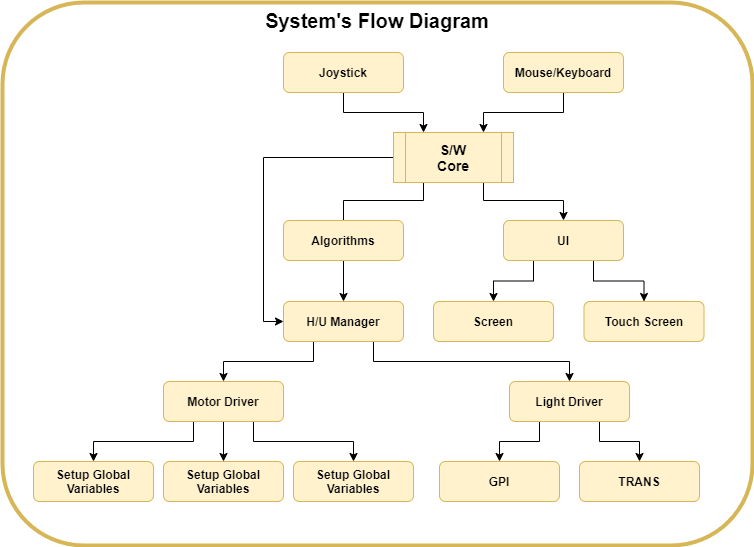
Earlier version of the draw.io export Draw/SystemFlowDiagram.png (tsakalifas79/Thesis). Source tidied: cells renumbered, new cells last; positions are measured from the earlier drawing's top-left corner, leaving out a move shared by most shapes.
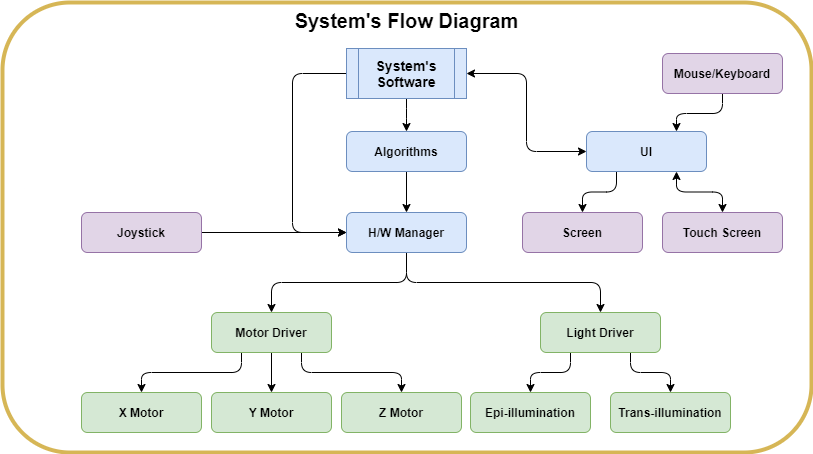
Later version of the same file.

What changed in the source:
```diff
@@ -2,108 +2,103 @@
   <root>
     <mxCell id="0" />
     <mxCell id="1" parent="0" />
+    <mxCell id="32" value="&lt;b&gt;&lt;font style=&quot;font-size: 20px&quot;&gt;System's Flow Diagram&lt;br&gt;&lt;/font&gt;&lt;/b&gt;" style="rounded=1;whiteSpace=wrap;html=1;verticalAlign=top;strokeColor=#d6b656;fillColor=none;strokeWidth=4;" parent="1" vertex="1">
+      <mxGeometry x="7" y="220" width="809" height="450" as="geometry" />
+    </mxCell>
+    <mxCell id="3" style="edgeStyle=orthogonalEdgeStyle;rounded=1;jettySize=auto;html=1;exitX=0.5;exitY=1;exitDx=0;exitDy=0;startArrow=none;startFill=0;" parent="1" edge="1" source="5" target="7">
+      <mxGeometry relative="1" as="geometry" />
+    </mxCell>
-    <mxCell id="2" style="edgeStyle=orthogonalEdgeStyle;rounded=0;jettySize=auto;html=1;exitX=0;exitY=0.5;exitDx=0;exitDy=0;entryX=0;entryY=0.5;entryDx=0;entryDy=0;" parent="1" edge="1" source="5" target="20">
-      <mxGeometry relative="1" as="geometry" />
+    <mxCell id="2" style="edgeStyle=orthogonalEdgeStyle;rounded=1;jettySize=auto;html=1;exitX=0;exitY=0.5;exitDx=0;exitDy=0;entryX=0;entryY=0.5;entryDx=0;entryDy=0;startArrow=none;startFill=0;" parent="1" edge="1" source="5" target="20">
+      <mxGeometry relative="1" as="geometry">
+        <Array as="points">
+          <mxPoint x="297" y="291" />
+          <mxPoint x="297" y="450" />
+        </Array>
+      </mxGeometry>
     </mxCell>
-    <mxCell id="3" style="edgeStyle=orthogonalEdgeStyle;rounded=0;jettySize=auto;html=1;exitX=0.25;exitY=1;exitDx=0;exitDy=0;entryX=0.5;entryY=0.275;entryDx=0;entryDy=0;entryPerimeter=0;" parent="1" edge="1" source="5" target="7">
-      <mxGeometry relative="1" as="geometry">
-        <Array as="points">
-          <mxPoint x="421" y="198" />
-          <mxPoint x="341" y="198" />
-        </Array>
-      </mxGeometry>
-    </mxCell>
-    <mxCell id="4" style="edgeStyle=orthogonalEdgeStyle;rounded=0;jettySize=auto;html=1;exitX=0.75;exitY=1;exitDx=0;exitDy=0;entryX=0.5;entryY=0;entryDx=0;entryDy=0;" parent="1" edge="1" source="5" target="10">
-      <mxGeometry relative="1" as="geometry">
-        <Array as="points">
-          <mxPoint x="481" y="198" />
-          <mxPoint x="561" y="198" />
-        </Array>
-      </mxGeometry>
-    </mxCell>
-    <mxCell id="5" value="&lt;b style=&quot;font-size: 14px&quot;&gt;S/W&lt;br&gt;Core&lt;/b&gt;" style="shape=process;whiteSpace=wrap;html=1;backgroundOutline=1;fillColor=#fff2cc;strokeColor=#d6b656;" parent="1" vertex="1">
-      <mxGeometry x="391" y="130" width="120" height="50" as="geometry" />
+    <mxCell id="5" value="&lt;span style=&quot;font-size: 14px&quot;&gt;&lt;b&gt;System's&lt;br&gt;Software&lt;br&gt;&lt;/b&gt;&lt;/span&gt;" style="shape=process;whiteSpace=wrap;html=1;backgroundOutline=1;fillColor=#dae8fc;strokeColor=#6c8ebf;" parent="1" vertex="1">
+      <mxGeometry x="351" y="266" width="120" height="50" as="geometry" />
     </mxCell>
-    <mxCell id="6" style="edgeStyle=orthogonalEdgeStyle;rounded=0;jettySize=auto;html=1;exitX=0.5;exitY=1;exitDx=0;exitDy=0;entryX=0.5;entryY=0;entryDx=0;entryDy=0;" parent="1" edge="1" source="7" target="20">
+    <mxCell id="6" style="edgeStyle=orthogonalEdgeStyle;rounded=1;jettySize=auto;html=1;exitX=0.5;exitY=1;exitDx=0;exitDy=0;entryX=0.5;entryY=0;entryDx=0;entryDy=0;startArrow=none;startFill=0;" parent="1" edge="1" source="7" target="20">
       <mxGeometry relative="1" as="geometry" />
     </mxCell>
-    <mxCell id="7" value="&lt;b&gt;&lt;span class=&quot;ILfuVd&quot;&gt;&lt;span class=&quot;hgKElc&quot;&gt;&lt;b&gt;Algorithms&lt;/b&gt;&lt;/span&gt;&lt;/span&gt;&lt;/b&gt;" style="rounded=1;whiteSpace=wrap;html=1;fontSize=12;glass=0;strokeWidth=1;shadow=0;fillColor=#fff2cc;strokeColor=#d6b656;" parent="1" vertex="1">
-      <mxGeometry x="281" y="218" width="120" height="40" as="geometry" />
+    <mxCell id="7" value="&lt;b&gt;&lt;span class=&quot;ILfuVd&quot;&gt;&lt;span class=&quot;hgKElc&quot;&gt;&lt;b&gt;Algorithms&lt;/b&gt;&lt;/span&gt;&lt;/span&gt;&lt;/b&gt;" style="rounded=1;whiteSpace=wrap;html=1;fontSize=12;glass=0;strokeWidth=1;shadow=0;fillColor=#dae8fc;strokeColor=#6c8ebf;" parent="1" vertex="1">
+      <mxGeometry x="351" y="349" width="120" height="40" as="geometry" />
     </mxCell>
-    <mxCell id="8" style="edgeStyle=orthogonalEdgeStyle;rounded=0;jettySize=auto;html=1;exitX=0.25;exitY=1;exitDx=0;exitDy=0;" parent="1" edge="1" source="10" target="31">
+    <mxCell id="8" style="edgeStyle=orthogonalEdgeStyle;rounded=1;jettySize=auto;html=1;exitX=0.25;exitY=1;exitDx=0;exitDy=0;" parent="1" edge="1" source="10" target="31">
       <mxGeometry relative="1" as="geometry" />
     </mxCell>
-    <mxCell id="9" style="edgeStyle=orthogonalEdgeStyle;rounded=0;jettySize=auto;html=1;exitX=0.75;exitY=1;exitDx=0;exitDy=0;entryX=0.5;entryY=0;entryDx=0;entryDy=0;" parent="1" edge="1" source="10" target="21">
+    <mxCell id="9" style="edgeStyle=orthogonalEdgeStyle;rounded=1;jettySize=auto;html=1;exitX=0.75;exitY=1;exitDx=0;exitDy=0;entryX=0.5;entryY=0;entryDx=0;entryDy=0;startArrow=classic;startFill=1;" parent="1" edge="1" source="10" target="21">
       <mxGeometry relative="1" as="geometry" />
     </mxCell>
+    <mxCell id="33" style="edgeStyle=orthogonalEdgeStyle;rounded=1;jettySize=auto;html=1;exitX=0;exitY=0.5;exitDx=0;exitDy=0;entryX=1;entryY=0.5;entryDx=0;entryDy=0;startArrow=classic;startFill=1;" parent="1" edge="1" source="10" target="5">
+      <mxGeometry relative="1" as="geometry" />
+    </mxCell>
-    <mxCell id="10" value="&lt;b&gt;UI&lt;/b&gt;" style="rounded=1;whiteSpace=wrap;html=1;fontSize=12;glass=0;strokeWidth=1;shadow=0;fillColor=#fff2cc;strokeColor=#d6b656;" parent="1" vertex="1">
-      <mxGeometry x="501" y="218" width="120" height="40" as="geometry" />
+    <mxCell id="10" value="&lt;b&gt;UI&lt;/b&gt;" style="rounded=1;whiteSpace=wrap;html=1;fontSize=12;glass=0;strokeWidth=1;shadow=0;fillColor=#dae8fc;strokeColor=#6c8ebf;" parent="1" vertex="1">
+      <mxGeometry x="591" y="349" width="120" height="40" as="geometry" />
     </mxCell>
-    <mxCell id="11" style="edgeStyle=orthogonalEdgeStyle;rounded=0;jettySize=auto;html=1;exitX=0.25;exitY=1;exitDx=0;exitDy=0;entryX=0.5;entryY=0;entryDx=0;entryDy=0;" parent="1" edge="1" source="14" target="22">
+    <mxCell id="11" style="edgeStyle=orthogonalEdgeStyle;rounded=1;jettySize=auto;html=1;exitX=0.25;exitY=1;exitDx=0;exitDy=0;entryX=0.5;entryY=0;entryDx=0;entryDy=0;" parent="1" edge="1" source="14" target="22">
       <mxGeometry relative="1" as="geometry" />
     </mxCell>
-    <mxCell id="12" style="edgeStyle=orthogonalEdgeStyle;rounded=0;jettySize=auto;html=1;exitX=0.75;exitY=1;exitDx=0;exitDy=0;entryX=0.5;entryY=0;entryDx=0;entryDy=0;" parent="1" edge="1" source="14" target="24">
+    <mxCell id="12" style="edgeStyle=orthogonalEdgeStyle;rounded=1;jettySize=auto;html=1;exitX=0.75;exitY=1;exitDx=0;exitDy=0;entryX=0.5;entryY=0;entryDx=0;entryDy=0;" parent="1" edge="1" source="14" target="24">
       <mxGeometry relative="1" as="geometry" />
     </mxCell>
-    <mxCell id="13" style="edgeStyle=orthogonalEdgeStyle;rounded=0;jettySize=auto;html=1;exitX=0.5;exitY=1;exitDx=0;exitDy=0;" parent="1" edge="1" source="14" target="23">
+    <mxCell id="13" style="edgeStyle=orthogonalEdgeStyle;rounded=1;jettySize=auto;html=1;exitX=0.5;exitY=1;exitDx=0;exitDy=0;" parent="1" edge="1" source="14" target="23">
       <mxGeometry relative="1" as="geometry" />
     </mxCell>
-    <mxCell id="14" value="&lt;b&gt;Motor Driver&lt;br&gt;&lt;/b&gt;" style="rounded=1;whiteSpace=wrap;html=1;fontSize=12;glass=0;strokeWidth=1;shadow=0;fillColor=#fff2cc;strokeColor=#d6b656;" parent="1" vertex="1">
-      <mxGeometry x="161" y="379" width="120" height="40" as="geometry" />
+    <mxCell id="14" value="&lt;b&gt;Motor Driver&lt;br&gt;&lt;/b&gt;" style="rounded=1;whiteSpace=wrap;html=1;fontSize=12;glass=0;strokeWidth=1;shadow=0;fillColor=#d5e8d4;strokeColor=#82b366;" parent="1" vertex="1">
+      <mxGeometry x="216" y="530" width="120" height="40" as="geometry" />
     </mxCell>
-    <mxCell id="15" style="edgeStyle=orthogonalEdgeStyle;rounded=0;jettySize=auto;html=1;exitX=0.25;exitY=1;exitDx=0;exitDy=0;" parent="1" edge="1" source="17" target="26">
+    <mxCell id="15" style="edgeStyle=orthogonalEdgeStyle;rounded=1;jettySize=auto;html=1;exitX=0.25;exitY=1;exitDx=0;exitDy=0;" parent="1" edge="1" source="17" target="26">
       <mxGeometry relative="1" as="geometry" />
     </mxCell>
-    <mxCell id="16" style="edgeStyle=orthogonalEdgeStyle;rounded=0;jettySize=auto;html=1;exitX=0.75;exitY=1;exitDx=0;exitDy=0;" parent="1" edge="1" source="17" target="25">
+    <mxCell id="16" style="edgeStyle=orthogonalEdgeStyle;rounded=1;jettySize=auto;html=1;exitX=0.75;exitY=1;exitDx=0;exitDy=0;" parent="1" edge="1" source="17" target="25">
       <mxGeometry relative="1" as="geometry" />
     </mxCell>
-    <mxCell id="17" value="&lt;b&gt;Light Driver&lt;/b&gt;" style="rounded=1;whiteSpace=wrap;html=1;fontSize=12;glass=0;strokeWidth=1;shadow=0;fillColor=#fff2cc;strokeColor=#d6b656;" parent="1" vertex="1">
-      <mxGeometry x="507" y="379" width="120" height="40" as="geometry" />
+    <mxCell id="17" value="&lt;b&gt;Light Driver&lt;/b&gt;" style="rounded=1;whiteSpace=wrap;html=1;fontSize=12;glass=0;strokeWidth=1;shadow=0;fillColor=#d5e8d4;strokeColor=#82b366;" parent="1" vertex="1">
+      <mxGeometry x="545" y="530" width="120" height="40" as="geometry" />
     </mxCell>
-    <mxCell id="18" style="edgeStyle=orthogonalEdgeStyle;rounded=0;jettySize=auto;html=1;exitX=0.25;exitY=1;exitDx=0;exitDy=0;" parent="1" edge="1" source="20" target="14">
+    <mxCell id="18" style="edgeStyle=orthogonalEdgeStyle;rounded=1;jettySize=auto;html=1;exitX=0.5;exitY=1;exitDx=0;exitDy=0;startArrow=none;startFill=0;" parent="1" edge="1" source="20" target="14">
       <mxGeometry relative="1" as="geometry" />
     </mxCell>
-    <mxCell id="19" style="edgeStyle=orthogonalEdgeStyle;rounded=0;jettySize=auto;html=1;exitX=0.75;exitY=1;exitDx=0;exitDy=0;" parent="1" edge="1" source="20" target="17">
+    <mxCell id="19" style="edgeStyle=orthogonalEdgeStyle;rounded=1;jettySize=auto;html=1;exitX=0.5;exitY=1;exitDx=0;exitDy=0;startArrow=none;startFill=0;" parent="1" edge="1" source="20" target="17">
       <mxGeometry relative="1" as="geometry" />
     </mxCell>
-    <mxCell id="20" value="&lt;b&gt;H/U Manager&lt;/b&gt;" style="rounded=1;whiteSpace=wrap;html=1;fontSize=12;glass=0;strokeWidth=1;shadow=0;fillColor=#fff2cc;strokeColor=#d6b656;" parent="1" vertex="1">
-      <mxGeometry x="281" y="299" width="120" height="40" as="geometry" />
+    <mxCell id="20" value="&lt;b&gt;H/W Manager&lt;/b&gt;" style="rounded=1;whiteSpace=wrap;html=1;fontSize=12;glass=0;strokeWidth=1;shadow=0;fillColor=#dae8fc;strokeColor=#6c8ebf;" parent="1" vertex="1">
+      <mxGeometry x="351" y="430" width="120" height="40" as="geometry" />
     </mxCell>
-    <mxCell id="21" value="&lt;b&gt;Touch Screen&lt;br&gt;&lt;/b&gt;" style="rounded=1;whiteSpace=wrap;html=1;fontSize=12;glass=0;strokeWidth=1;shadow=0;fillColor=#fff2cc;strokeColor=#d6b656;" parent="1" vertex="1">
-      <mxGeometry x="581.5" y="299" width="120" height="40" as="geometry" />
+    <mxCell id="21" value="&lt;b&gt;Touch Screen&lt;br&gt;&lt;/b&gt;" style="rounded=1;whiteSpace=wrap;html=1;fontSize=12;glass=0;strokeWidth=1;shadow=0;fillColor=#e1d5e7;strokeColor=#9673a6;" parent="1" vertex="1">
+      <mxGeometry x="667" y="430" width="120" height="40" as="geometry" />
     </mxCell>
-    <mxCell id="22" value="&lt;b&gt;Setup Global Variables&lt;/b&gt;" style="rounded=1;whiteSpace=wrap;html=1;fontSize=12;glass=0;strokeWidth=1;shadow=0;fillColor=#fff2cc;strokeColor=#d6b656;" parent="1" vertex="1">
-      <mxGeometry x="31" y="459" width="120" height="40" as="geometry" />
+    <mxCell id="22" value="&lt;b&gt;X Motor&lt;/b&gt;" style="rounded=1;whiteSpace=wrap;html=1;fontSize=12;glass=0;strokeWidth=1;shadow=0;fillColor=#d5e8d4;strokeColor=#82b366;" parent="1" vertex="1">
+      <mxGeometry x="86" y="610" width="120" height="40" as="geometry" />
     </mxCell>
-    <mxCell id="23" value="&lt;b&gt;Setup Global Variables&lt;/b&gt;" style="rounded=1;whiteSpace=wrap;html=1;fontSize=12;glass=0;strokeWidth=1;shadow=0;fillColor=#fff2cc;strokeColor=#d6b656;" parent="1" vertex="1">
-      <mxGeometry x="161" y="459" width="120" height="40" as="geometry" />
+    <mxCell id="23" value="&lt;b&gt;Y Motor&lt;/b&gt;" style="rounded=1;whiteSpace=wrap;html=1;fontSize=12;glass=0;strokeWidth=1;shadow=0;fillColor=#d5e8d4;strokeColor=#82b366;" parent="1" vertex="1">
+      <mxGeometry x="216" y="610" width="120" height="40" as="geometry" />
     </mxCell>
-    <mxCell id="24" value="&lt;b&gt;Setup Global Variables&lt;/b&gt;" style="rounded=1;whiteSpace=wrap;html=1;fontSize=12;glass=0;strokeWidth=1;shadow=0;fillColor=#fff2cc;strokeColor=#d6b656;" parent="1" vertex="1">
-      <mxGeometry x="291" y="459" width="120" height="40" as="geometry" />
+    <mxCell id="24" value="&lt;b&gt;Z Motor&lt;/b&gt;" style="rounded=1;whiteSpace=wrap;html=1;fontSize=12;glass=0;strokeWidth=1;shadow=0;fillColor=#d5e8d4;strokeColor=#82b366;" parent="1" vertex="1">
+      <mxGeometry x="346" y="610" width="120" height="40" as="geometry" />
     </mxCell>
-    <mxCell id="25" value="&lt;b&gt;TRANS&lt;/b&gt;" style="rounded=1;whiteSpace=wrap;html=1;fontSize=12;glass=0;strokeWidth=1;shadow=0;fillColor=#fff2cc;strokeColor=#d6b656;" parent="1" vertex="1">
-      <mxGeometry x="577" y="459" width="120" height="40" as="geometry" />
+    <mxCell id="25" value="&lt;b&gt;Trans-illumination&lt;/b&gt;" style="rounded=1;whiteSpace=wrap;html=1;fontSize=12;glass=0;strokeWidth=1;shadow=0;fillColor=#d5e8d4;strokeColor=#82b366;" parent="1" vertex="1">
+      <mxGeometry x="615" y="610" width="120" height="40" as="geometry" />
     </mxCell>
-    <mxCell id="26" value="&lt;b&gt;GPI&lt;/b&gt;" style="rounded=1;whiteSpace=wrap;html=1;fontSize=12;glass=0;strokeWidth=1;shadow=0;fillColor=#fff2cc;strokeColor=#d6b656;" parent="1" vertex="1">
-      <mxGeometry x="437" y="459" width="120" height="40" as="geometry" />
+    <mxCell id="26" value="&lt;b&gt;Epi-illumination&lt;/b&gt;" style="rounded=1;whiteSpace=wrap;html=1;fontSize=12;glass=0;strokeWidth=1;shadow=0;fillColor=#d5e8d4;strokeColor=#82b366;" parent="1" vertex="1">
+      <mxGeometry x="475" y="610" width="120" height="40" as="geometry" />
     </mxCell>
-    <mxCell id="27" style="edgeStyle=orthogonalEdgeStyle;rounded=0;jettySize=auto;html=1;entryX=0.25;entryY=0;entryDx=0;entryDy=0;" parent="1" edge="1" source="28" target="5">
-      <mxGeometry relative="1" as="geometry" />
-    </mxCell>
+    <mxCell id="34" style="edgeStyle=orthogonalEdgeStyle;rounded=1;jettySize=auto;html=1;exitX=1;exitY=0.5;exitDx=0;exitDy=0;entryX=0;entryY=0.5;entryDx=0;entryDy=0;startArrow=none;startFill=0;" parent="1" edge="1" source="28" target="20">
+      <mxGeometry relative="1" as="geometry" />
+    </mxCell>
-    <mxCell id="28" value="&lt;b&gt;Joystick&lt;/b&gt;" style="rounded=1;whiteSpace=wrap;html=1;fontSize=12;glass=0;strokeWidth=1;shadow=0;fillColor=#fff2cc;strokeColor=#d6b656;" parent="1" vertex="1">
-      <mxGeometry x="281" y="50" width="120" height="40" as="geometry" />
+    <mxCell id="28" value="&lt;b&gt;Joystick&lt;/b&gt;" style="rounded=1;whiteSpace=wrap;html=1;fontSize=12;glass=0;strokeWidth=1;shadow=0;fillColor=#e1d5e7;strokeColor=#9673a6;" parent="1" vertex="1">
+      <mxGeometry x="86" y="430" width="120" height="40" as="geometry" />
     </mxCell>
-    <mxCell id="29" style="edgeStyle=orthogonalEdgeStyle;rounded=0;jettySize=auto;html=1;exitX=0.5;exitY=1;exitDx=0;exitDy=0;entryX=0.75;entryY=0;entryDx=0;entryDy=0;" parent="1" edge="1" source="30" target="5">
-      <mxGeometry relative="1" as="geometry" />
-    </mxCell>
+    <mxCell id="35" style="edgeStyle=orthogonalEdgeStyle;rounded=1;jettySize=auto;html=1;exitX=0.5;exitY=1;exitDx=0;exitDy=0;entryX=0.75;entryY=0;entryDx=0;entryDy=0;startArrow=none;startFill=0;" parent="1" edge="1" source="30" target="10">
+      <mxGeometry relative="1" as="geometry" />
+    </mxCell>
-    <mxCell id="30" value="&lt;b&gt;Mouse/Keyboard&lt;/b&gt;" style="rounded=1;whiteSpace=wrap;html=1;fontSize=12;glass=0;strokeWidth=1;shadow=0;fillColor=#fff2cc;strokeColor=#d6b656;" parent="1" vertex="1">
-      <mxGeometry x="501" y="50" width="120" height="40" as="geometry" />
+    <mxCell id="30" value="&lt;b&gt;Mouse/Keyboard&lt;/b&gt;" style="rounded=1;whiteSpace=wrap;html=1;fontSize=12;glass=0;strokeWidth=1;shadow=0;fillColor=#e1d5e7;strokeColor=#9673a6;" parent="1" vertex="1">
+      <mxGeometry x="667" y="271" width="120" height="40" as="geometry" />
     </mxCell>
-    <mxCell id="31" value="&lt;b&gt;Screen&lt;/b&gt;" style="rounded=1;whiteSpace=wrap;html=1;fontSize=12;glass=0;strokeWidth=1;shadow=0;fillColor=#fff2cc;strokeColor=#d6b656;" parent="1" vertex="1">
-      <mxGeometry x="431" y="299" width="120" height="40" as="geometry" />
+    <mxCell id="31" value="&lt;b&gt;Screen&lt;/b&gt;" style="rounded=1;whiteSpace=wrap;html=1;fontSize=12;glass=0;strokeWidth=1;shadow=0;fillColor=#e1d5e7;strokeColor=#9673a6;" parent="1" vertex="1">
+      <mxGeometry x="527" y="430" width="120" height="40" as="geometry" />
     </mxCell>
-    <mxCell id="32" value="&lt;b&gt;&lt;font style=&quot;font-size: 20px&quot;&gt;System's Flow Diagram&lt;br&gt;&lt;/font&gt;&lt;/b&gt;" style="rounded=1;whiteSpace=wrap;html=1;verticalAlign=top;strokeColor=#d6b656;fillColor=none;strokeWidth=4;" parent="1" vertex="1">
-      <mxGeometry width="750" height="543" as="geometry" />
-    </mxCell>
   </root>
 </mxGraphModel>
```
